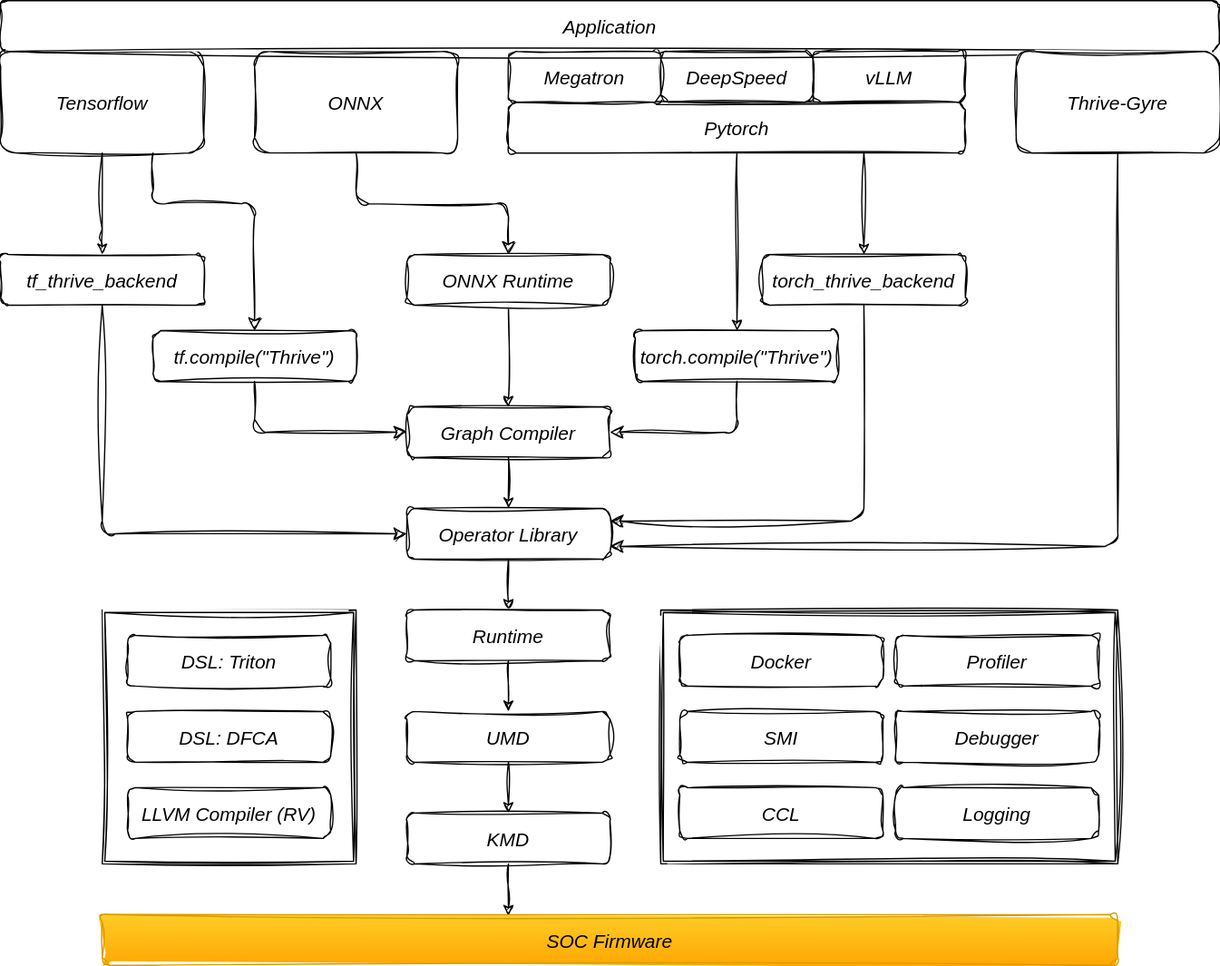
Before: doc/ai_sw_stack_1.drawio.svg, a diagram exported from draw.io (matchdiy/memo). Source tidied: cells renumbered, new cells last; positions are measured from the earlier drawing's top-left corner, leaving out a move shared by most shapes. Source of this version:
```xml
<mxGraphModel>
  <root>
    <mxCell id="0" />
    <mxCell id="1" parent="0" />
    <mxCell id="2" style="shape=ext;double=1;rounded=0;fontStyle=2;fontSize=15;labelBackgroundColor=none;labelBorderColor=none;sketch=1;curveFitting=1;jiggle=2;fontColor=default;" parent="1" vertex="1">
      <mxGeometry x="520" y="480" width="360" height="200" as="geometry" />
    </mxCell>
    <mxCell id="3" style="shape=ext;double=1;rounded=0;fontStyle=2;fontSize=15;labelBackgroundColor=none;labelBorderColor=none;sketch=1;curveFitting=1;jiggle=2;fontColor=default;" parent="1" vertex="1">
      <mxGeometry x="80" y="480" width="200" height="200" as="geometry" />
    </mxCell>
    <mxCell id="4" value="ONNX" style="rounded=1;fontStyle=2;fontSize=15;labelBackgroundColor=none;labelBorderColor=none;sketch=1;curveFitting=1;jiggle=2;fontColor=default;" parent="1" vertex="1">
      <mxGeometry x="200" y="40" width="160" height="80" as="geometry" />
    </mxCell>
    <mxCell id="5" value="Tensorflow" style="rounded=1;fontStyle=2;fontSize=15;labelBackgroundColor=none;labelBorderColor=none;sketch=1;curveFitting=1;jiggle=2;fontColor=default;" parent="1" vertex="1">
      <mxGeometry y="40" width="160" height="80" as="geometry" />
    </mxCell>
    <mxCell id="6" value="Pytorch" style="rounded=1;fontStyle=2;fontSize=15;labelBackgroundColor=none;labelBorderColor=none;sketch=1;curveFitting=1;jiggle=2;fontColor=default;" parent="1" vertex="1">
      <mxGeometry x="400" y="80" width="360" height="40" as="geometry" />
    </mxCell>
    <mxCell id="7" value="Megatron" style="rounded=1;fontStyle=2;fontSize=15;labelBackgroundColor=none;labelBorderColor=none;sketch=1;curveFitting=1;jiggle=2;fontColor=default;" parent="1" vertex="1">
      <mxGeometry x="400" y="40" width="120" height="40" as="geometry" />
    </mxCell>
    <mxCell id="8" value="DeepSpeed" style="rounded=1;fontStyle=2;fontSize=15;labelBackgroundColor=none;labelBorderColor=none;sketch=1;curveFitting=1;jiggle=2;fontColor=default;" parent="1" vertex="1">
      <mxGeometry x="520" y="40" width="120" height="40" as="geometry" />
    </mxCell>
    <mxCell id="9" value="vLLM" style="rounded=1;fontStyle=2;fontSize=15;labelBackgroundColor=none;labelBorderColor=none;sketch=1;curveFitting=1;jiggle=2;fontColor=default;" parent="1" vertex="1">
      <mxGeometry x="640" y="40" width="120" height="40" as="geometry" />
    </mxCell>
    <mxCell id="10" value="tf_thrive_backend" style="rounded=1;fontStyle=2;fontSize=15;labelBackgroundColor=none;labelBorderColor=none;sketch=1;curveFitting=1;jiggle=2;fontColor=default;" parent="1" vertex="1">
      <mxGeometry y="200" width="160" height="40" as="geometry" />
    </mxCell>
    <mxCell id="11" value="torch.compile(&quot;Thrive&quot;)" style="rounded=1;fontStyle=2;fontSize=15;labelBackgroundColor=none;labelBorderColor=none;sketch=1;curveFitting=1;jiggle=2;fontColor=default;" parent="1" vertex="1">
      <mxGeometry x="500" y="260" width="160" height="40" as="geometry" />
    </mxCell>
    <mxCell id="12" value="tf.compile(&quot;Thrive&quot;)" style="rounded=1;fontStyle=2;fontSize=15;labelBackgroundColor=none;labelBorderColor=none;sketch=1;curveFitting=1;jiggle=2;fontColor=default;" parent="1" vertex="1">
      <mxGeometry x="120" y="260" width="160" height="40" as="geometry" />
    </mxCell>
    <mxCell id="13" style="endArrow=classic;exitX=0.5;exitY=1;exitDx=0;exitDy=0;rounded=1;fontStyle=2;fontColor=default;fontSize=15;labelBackgroundColor=none;labelBorderColor=none;sketch=1;curveFitting=1;jiggle=2;" parent="1" edge="1" source="6" target="11">
      <mxGeometry relative="1" as="geometry" />
    </mxCell>
    <mxCell id="14" value="torch_thrive_backend" style="rounded=1;fontStyle=2;fontSize=15;labelBackgroundColor=none;labelBorderColor=none;sketch=1;curveFitting=1;jiggle=2;fontColor=default;" parent="1" vertex="1">
      <mxGeometry x="600" y="200" width="160" height="40" as="geometry" />
    </mxCell>
    <mxCell id="15" value="Graph Compiler" style="rounded=1;fontStyle=2;fontSize=15;labelBackgroundColor=none;labelBorderColor=none;sketch=1;curveFitting=1;jiggle=2;" parent="1" vertex="1">
      <mxGeometry x="320" y="320" width="160" height="40" as="geometry" />
    </mxCell>
    <mxCell id="16" style="edgeStyle=segmentEdgeStyle;endArrow=classic;curved=0;rounded=1;endSize=8;startSize=8;entryX=1;entryY=0.5;entryDx=0;entryDy=0;exitX=0.5;exitY=1;exitDx=0;exitDy=0;fontStyle=2;fontColor=default;fontSize=15;labelBackgroundColor=none;labelBorderColor=none;sketch=1;curveFitting=1;jiggle=2;" parent="1" edge="1" source="11" target="15">
      <mxGeometry relative="1" as="geometry">
        <Array as="points">
          <mxPoint x="580" y="340" />
        </Array>
      </mxGeometry>
    </mxCell>
    <mxCell id="17" style="edgeStyle=segmentEdgeStyle;endArrow=classic;curved=0;rounded=1;endSize=8;startSize=8;exitX=0.5;exitY=1;exitDx=0;exitDy=0;entryX=0;entryY=0.5;entryDx=0;entryDy=0;fontStyle=2;fontColor=default;fontSize=15;labelBackgroundColor=none;labelBorderColor=none;sketch=1;curveFitting=1;jiggle=2;" parent="1" edge="1" source="12" target="15">
      <mxGeometry relative="1" as="geometry">
        <Array as="points">
          <mxPoint x="200" y="340" />
        </Array>
      </mxGeometry>
    </mxCell>
    <mxCell id="18" style="edgeStyle=none;strokeWidth=1;rounded=1;exitX=0.5;exitY=1;exitDx=0;exitDy=0;entryX=0.5;entryY=0;entryDx=0;entryDy=0;fontStyle=2;fontColor=default;fontSize=15;labelBackgroundColor=none;labelBorderColor=none;sketch=1;curveFitting=1;jiggle=2;" parent="1" edge="1" source="19" target="25">
      <mxGeometry relative="1" as="geometry" />
    </mxCell>
    <mxCell id="19" value="Operator Library" style="rounded=1;fontStyle=2;fontSize=15;labelBackgroundColor=none;labelBorderColor=none;sketch=1;curveFitting=1;jiggle=2;" parent="1" vertex="1">
      <mxGeometry x="320" y="400" width="160" height="40" as="geometry" />
    </mxCell>
    <mxCell id="20" style="edgeStyle=segmentEdgeStyle;endArrow=classic;curved=0;rounded=1;endSize=8;startSize=8;entryX=0;entryY=0.5;entryDx=0;entryDy=0;startArrow=none;exitX=0.5;exitY=1;exitDx=0;exitDy=0;fontStyle=2;fontColor=default;fontSize=15;labelBackgroundColor=none;labelBorderColor=none;sketch=1;curveFitting=1;jiggle=2;" parent="1" edge="1" source="10" target="19">
      <mxGeometry relative="1" as="geometry">
        <Array as="points">
          <mxPoint x="80" y="420" />
        </Array>
      </mxGeometry>
    </mxCell>
    <mxCell id="21" style="edgeStyle=segmentEdgeStyle;endArrow=classic;curved=0;rounded=1;endSize=8;startSize=8;entryX=1;entryY=0.25;entryDx=0;entryDy=0;exitX=0.5;exitY=1;exitDx=0;exitDy=0;fontStyle=2;fontColor=default;fontSize=15;labelBackgroundColor=none;labelBorderColor=none;sketch=1;curveFitting=1;jiggle=2;" parent="1" edge="1" source="14" target="19">
      <mxGeometry relative="1" as="geometry">
        <Array as="points">
          <mxPoint x="680" y="410" />
        </Array>
      </mxGeometry>
    </mxCell>
    <mxCell id="22" value="DSL: Triton " style="rounded=1;shadow=0;fontStyle=2;fontSize=15;labelBackgroundColor=none;labelBorderColor=none;sketch=1;curveFitting=1;jiggle=2;fontColor=default;" parent="1" vertex="1">
      <mxGeometry x="100" y="500" width="160" height="40" as="geometry" />
    </mxCell>
    <mxCell id="23" value="LLVM Compiler (RV)" style="rounded=1;shadow=0;fontStyle=2;fontSize=15;labelBackgroundColor=none;labelBorderColor=none;sketch=1;curveFitting=1;jiggle=2;fontColor=default;" parent="1" vertex="1">
      <mxGeometry x="100" y="620" width="160" height="40" as="geometry" />
    </mxCell>
    <mxCell id="24" style="edgeStyle=none;strokeWidth=1;rounded=1;entryX=0.5;entryY=0;entryDx=0;entryDy=0;exitX=0.5;exitY=1;exitDx=0;exitDy=0;fontStyle=2;fontColor=default;fontSize=15;labelBackgroundColor=none;labelBorderColor=none;sketch=1;curveFitting=1;jiggle=2;" parent="1" edge="1" source="25" target="27">
      <mxGeometry relative="1" as="geometry" />
    </mxCell>
    <mxCell id="25" value="Runtime" style="rounded=1;fontStyle=2;fontSize=15;labelBackgroundColor=none;labelBorderColor=none;sketch=1;curveFitting=1;jiggle=2;fontColor=default;" parent="1" vertex="1">
      <mxGeometry x="320" y="480" width="160" height="40" as="geometry" />
    </mxCell>
    <mxCell id="26" style="edgeStyle=none;strokeWidth=1;fontStyle=2;fontColor=default;fontSize=15;labelBackgroundColor=none;labelBorderColor=none;sketch=1;curveFitting=1;jiggle=2;" parent="1" edge="1" source="27" target="29">
      <mxGeometry relative="1" as="geometry" />
    </mxCell>
    <mxCell id="27" value="UMD" style="rounded=1;fontStyle=2;fontSize=15;labelBackgroundColor=none;labelBorderColor=none;sketch=1;curveFitting=1;jiggle=2;fontColor=default;" parent="1" vertex="1">
      <mxGeometry x="320" y="560" width="160" height="40" as="geometry" />
    </mxCell>
    <mxCell id="28" style="edgeStyle=none;strokeWidth=1;exitX=0.5;exitY=1;exitDx=0;exitDy=0;entryX=0.4;entryY=0.025;entryDx=0;entryDy=0;entryPerimeter=0;fontStyle=2;fontColor=default;fontSize=15;labelBackgroundColor=none;labelBorderColor=none;sketch=1;curveFitting=1;jiggle=2;" parent="1" edge="1" source="29" target="32">
      <mxGeometry relative="1" as="geometry" />
    </mxCell>
    <mxCell id="29" value="KMD" style="rounded=1;fontStyle=2;fontSize=15;labelBackgroundColor=none;labelBorderColor=none;sketch=1;curveFitting=1;jiggle=2;fontColor=default;" parent="1" vertex="1">
      <mxGeometry x="320" y="640" width="160" height="40" as="geometry" />
    </mxCell>
    <mxCell id="30" value="Profiler" style="rounded=1;fontStyle=2;fontSize=15;labelBackgroundColor=none;labelBorderColor=none;sketch=1;curveFitting=1;jiggle=2;fontColor=default;" parent="1" vertex="1">
      <mxGeometry x="705" y="500" width="160" height="40" as="geometry" />
    </mxCell>
    <mxCell id="31" value="Debugger" style="rounded=1;fontStyle=2;fontSize=15;labelBackgroundColor=none;labelBorderColor=none;sketch=1;curveFitting=1;jiggle=2;fontColor=default;" parent="1" vertex="1">
      <mxGeometry x="705" y="560" width="160" height="40" as="geometry" />
    </mxCell>
    <mxCell id="32" value="SOC Firmware" style="rounded=1;fontStyle=2;fontSize=15;labelBackgroundColor=none;labelBorderColor=none;sketch=1;curveFitting=1;jiggle=2;fillColor=#ffcd28;gradientColor=#ffa500;strokeColor=#d79b00;" parent="1" vertex="1">
      <mxGeometry x="80" y="720" width="800" height="40" as="geometry" />
    </mxCell>
    <mxCell id="33" value="SMI" style="rounded=1;fontStyle=2;fontSize=15;labelBackgroundColor=none;labelBorderColor=none;sketch=1;curveFitting=1;jiggle=2;fontColor=default;" parent="1" vertex="1">
      <mxGeometry x="535" y="560" width="160" height="40" as="geometry" />
    </mxCell>
    <mxCell id="34" value="CCL" style="rounded=1;fontStyle=2;fontSize=15;labelBackgroundColor=none;labelBorderColor=none;sketch=1;curveFitting=1;jiggle=2;fontColor=default;" parent="1" vertex="1">
      <mxGeometry x="535" y="620" width="160" height="40" as="geometry" />
    </mxCell>
    <mxCell id="35" value="Docker" style="rounded=1;fontStyle=2;fontSize=15;labelBackgroundColor=none;labelBorderColor=none;sketch=1;curveFitting=1;jiggle=2;fontColor=default;" parent="1" vertex="1">
      <mxGeometry x="535" y="500" width="160" height="40" as="geometry" />
    </mxCell>
    <mxCell id="36" value="Application" style="rounded=1;fontStyle=2;fontSize=15;labelBackgroundColor=none;labelBorderColor=none;sketch=1;curveFitting=1;jiggle=2;fontColor=default;" parent="1" vertex="1">
      <mxGeometry width="960" height="40" as="geometry" />
    </mxCell>
    <mxCell id="37" value="Logging" style="rounded=1;fontStyle=2;fontSize=15;labelBackgroundColor=none;labelBorderColor=none;sketch=1;curveFitting=1;jiggle=2;fontColor=default;" parent="1" vertex="1">
      <mxGeometry x="705" y="620" width="160" height="40" as="geometry" />
    </mxCell>
    <mxCell id="38" value="DSL: DFCA" style="rounded=1;shadow=0;fontStyle=2;fontSize=15;labelBackgroundColor=none;labelBorderColor=none;sketch=1;curveFitting=1;jiggle=2;fontColor=default;" parent="1" vertex="1">
      <mxGeometry x="100" y="560" width="160" height="40" as="geometry" />
    </mxCell>
    <mxCell id="39" style="edgeStyle=none;strokeWidth=1;rounded=1;entryX=0.5;entryY=0;entryDx=0;entryDy=0;exitX=0.5;exitY=1;exitDx=0;exitDy=0;fontStyle=2;fontColor=default;fontSize=15;labelBackgroundColor=none;labelBorderColor=none;sketch=1;curveFitting=1;jiggle=2;" parent="1" edge="1" source="15" target="19">
      <mxGeometry relative="1" as="geometry" />
    </mxCell>
    <mxCell id="40" style="endArrow=classic;rounded=1;entryX=0.5;entryY=0;entryDx=0;entryDy=0;fontStyle=2;fontColor=default;fontSize=15;labelBackgroundColor=none;labelBorderColor=none;sketch=1;curveFitting=1;jiggle=2;" parent="1" edge="1" target="14">
      <mxGeometry relative="1" as="geometry">
        <mxPoint x="680" y="120" as="sourcePoint" />
      </mxGeometry>
    </mxCell>
    <mxCell id="41" value="Thrive-Gyre" style="rounded=1;fontStyle=2;fontSize=15;labelBackgroundColor=none;labelBorderColor=none;sketch=1;curveFitting=1;jiggle=2;fontColor=default;" parent="1" vertex="1">
      <mxGeometry x="800" y="40" width="160" height="80" as="geometry" />
    </mxCell>
    <mxCell id="42" style="edgeStyle=segmentEdgeStyle;endArrow=classic;curved=0;rounded=1;endSize=8;startSize=8;exitX=0.5;exitY=1;exitDx=0;exitDy=0;entryX=1;entryY=0.75;entryDx=0;entryDy=0;fontStyle=2;fontColor=default;fontSize=15;labelBackgroundColor=none;labelBorderColor=none;sketch=1;curveFitting=1;jiggle=2;" parent="1" edge="1" source="41" target="19">
      <mxGeometry relative="1" as="geometry">
        <Array as="points">
          <mxPoint x="880" y="430" />
        </Array>
      </mxGeometry>
    </mxCell>
    <mxCell id="43" style="edgeStyle=segmentEdgeStyle;endArrow=classic;curved=0;rounded=1;endSize=8;startSize=8;exitX=0.5;exitY=1;exitDx=0;exitDy=0;entryX=0.5;entryY=0;entryDx=0;entryDy=0;fontStyle=2;fontColor=default;fontSize=15;labelBackgroundColor=none;labelBorderColor=none;sketch=1;curveFitting=1;jiggle=2;" parent="1" edge="1" source="4" target="47">
      <mxGeometry relative="1" as="geometry">
        <Array as="points">
          <mxPoint x="280" y="160" />
          <mxPoint x="400" y="160" />
        </Array>
      </mxGeometry>
    </mxCell>
    <mxCell id="44" style="endArrow=classic;rounded=1;exitX=0.5;exitY=1;exitDx=0;exitDy=0;fontStyle=2;fontColor=default;fontSize=15;labelBackgroundColor=none;labelBorderColor=none;sketch=1;curveFitting=1;jiggle=2;" parent="1" edge="1" source="5" target="10">
      <mxGeometry relative="1" as="geometry">
        <Array as="points">
          <mxPoint x="80" y="190" />
        </Array>
      </mxGeometry>
    </mxCell>
    <mxCell id="45" style="edgeStyle=segmentEdgeStyle;endArrow=classic;curved=0;rounded=1;endSize=8;startSize=8;exitX=0.75;exitY=1;exitDx=0;exitDy=0;entryX=0.5;entryY=0;entryDx=0;entryDy=0;fontStyle=2;fontColor=default;fontSize=15;labelBackgroundColor=none;labelBorderColor=none;sketch=1;curveFitting=1;jiggle=2;" parent="1" edge="1" source="5" target="12">
      <mxGeometry relative="1" as="geometry">
        <Array as="points">
          <mxPoint x="120" y="160" />
          <mxPoint x="200" y="160" />
        </Array>
      </mxGeometry>
    </mxCell>
    <mxCell id="46" style="edgeStyle=none;fontStyle=2;fontColor=default;fontSize=15;labelBackgroundColor=none;labelBorderColor=none;sketch=1;curveFitting=1;jiggle=2;" parent="1" edge="1" source="47" target="15">
      <mxGeometry relative="1" as="geometry" />
    </mxCell>
    <mxCell id="47" value="ONNX Runtime" style="rounded=1;fontStyle=2;fontSize=15;labelBackgroundColor=none;labelBorderColor=none;sketch=1;curveFitting=1;jiggle=2;fontColor=default;" parent="1" vertex="1">
      <mxGeometry x="320" y="200" width="160" height="40" as="geometry" />
    </mxCell>
  </root>
</mxGraphModel>
```
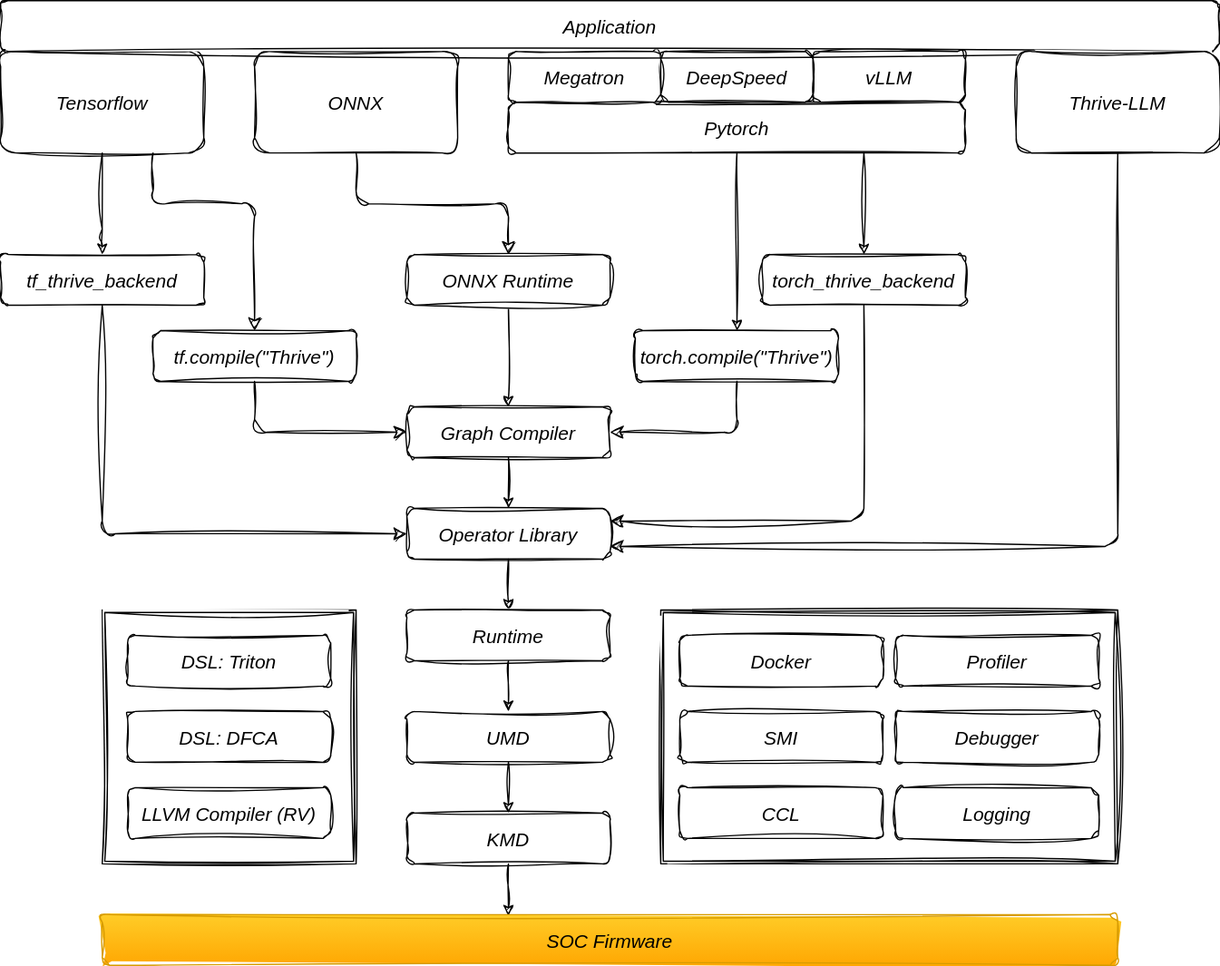
The same file after the commit.

What changed in the source:
```diff
@@ -137,7 +137,7 @@
         <mxPoint x="680" y="120" as="sourcePoint" />
       </mxGeometry>
     </mxCell>
-    <mxCell id="41" value="Thrive-Gyre" style="rounded=1;fontStyle=2;fontSize=15;labelBackgroundColor=none;labelBorderColor=none;sketch=1;curveFitting=1;jiggle=2;fontColor=default;" parent="1" vertex="1">
+    <mxCell id="41" value="Thrive-LLM" style="rounded=1;fontStyle=2;fontSize=15;labelBackgroundColor=none;labelBorderColor=none;sketch=1;curveFitting=1;jiggle=2;fontColor=default;" parent="1" vertex="1">
       <mxGeometry x="800" y="40" width="160" height="80" as="geometry" />
     </mxCell>
     <mxCell id="42" style="edgeStyle=segmentEdgeStyle;endArrow=classic;curved=0;rounded=1;endSize=8;startSize=8;exitX=0.5;exitY=1;exitDx=0;exitDy=0;entryX=1;entryY=0.75;entryDx=0;entryDy=0;fontStyle=2;fontColor=default;fontSize=15;labelBackgroundColor=none;labelBorderColor=none;sketch=1;curveFitting=1;jiggle=2;" parent="1" edge="1" source="41" target="19">
```
